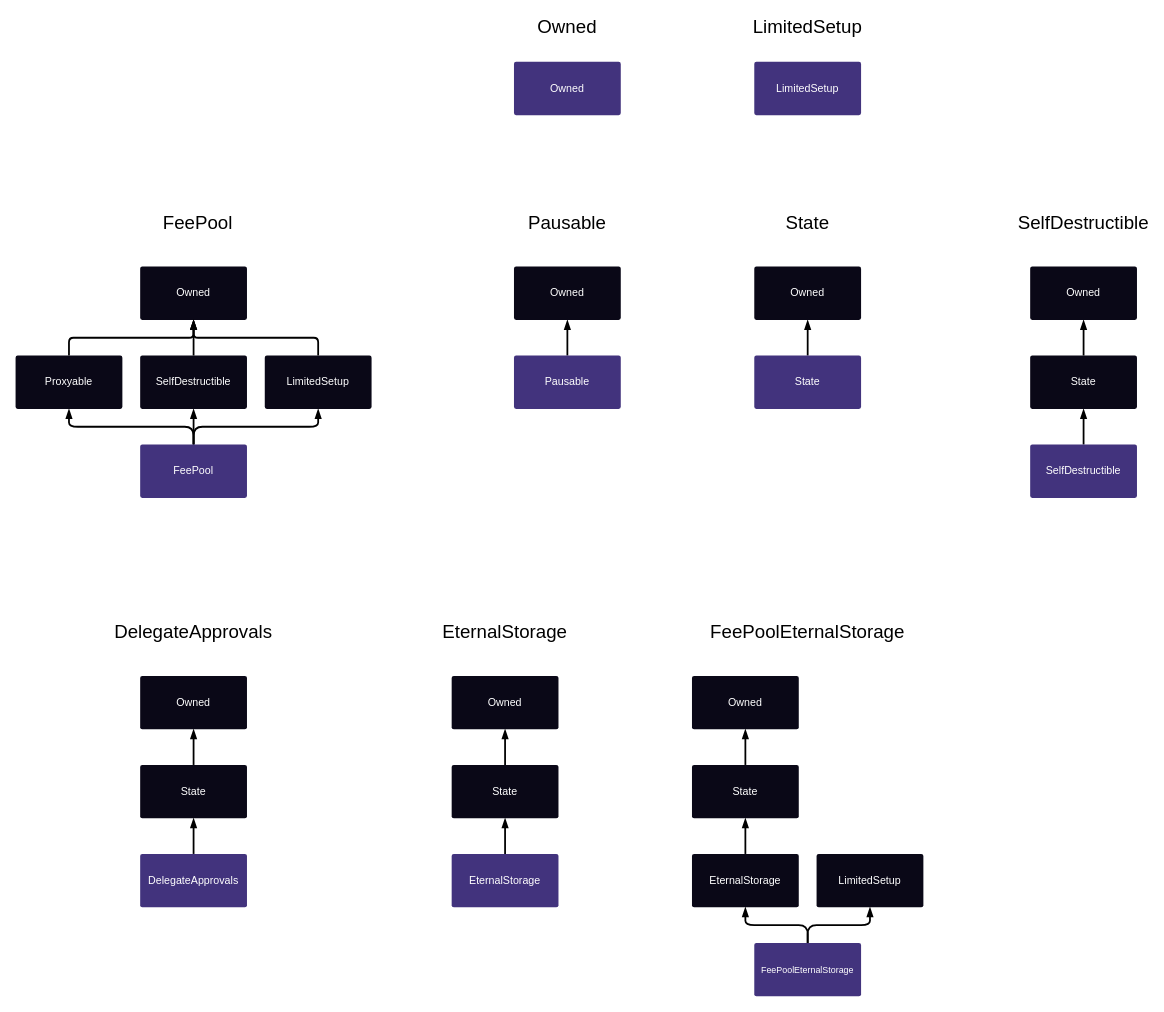
Above: docs/img/graphs/synthetix-docs-graphs.drawio in Synthetixio/synthetix (draw.io), before the change. Source tidied: cells renumbered, new cells numbered last; positions are measured from the earlier drawing's top-left corner, leaving out a move shared by most shapes. Both pictures are drawn from the tidied source at 89%, with x=0, y=0 at pixel (15, 17).
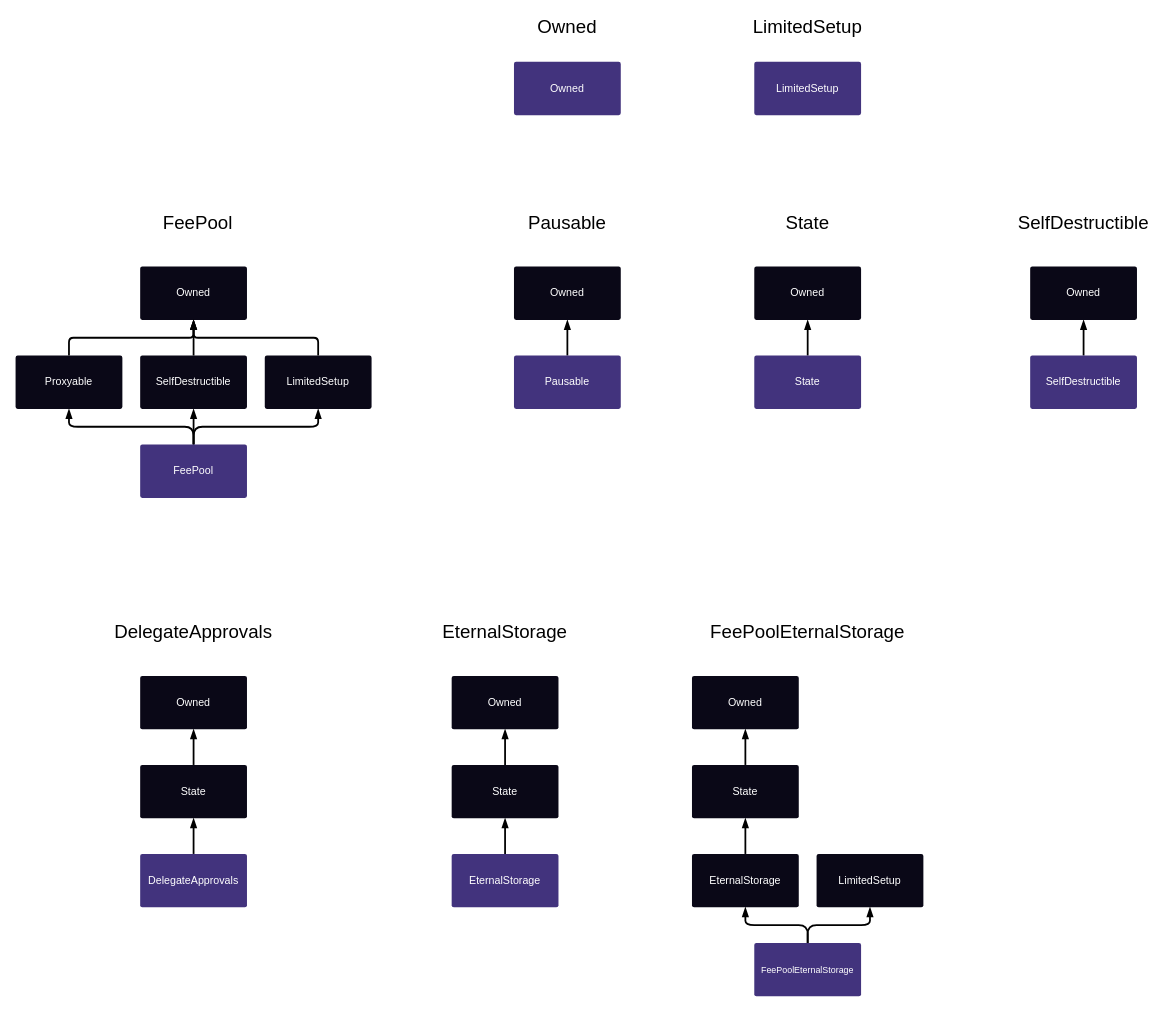
After the change.

Unchanged cells that the change refers to:
```xml
<mxCell id="23" value="&lt;font color=&quot;#FFFFFF&quot;&gt;Owned&lt;/font&gt;" style="rounded=1;whiteSpace=wrap;html=1;fillColor=#0a0817;strokeColor=none;arcSize=4;" parent="1" vertex="1">
  <mxGeometry x="1140" y="280" width="120" height="60" as="geometry" />
</mxCell>
```

The edit, as a diff of the source:
```diff
@@
-    <mxCell id="19" style="edgeStyle=orthogonalEdgeStyle;rounded=1;jettySize=auto;html=1;exitX=0.5;exitY=0;exitDx=0;exitDy=0;entryX=0.5;entryY=1;entryDx=0;entryDy=0;strokeWidth=2;arcSize=10;endArrow=blockThin;endFill=1;" parent="1" edge="1" source="20" target="22">
-      <mxGeometry relative="1" as="geometry" />
-    </mxCell>
+    <mxCell id="54" style="edgeStyle=orthogonalEdgeStyle;rounded=1;jettySize=auto;html=1;exitX=0.5;exitY=0;exitDx=0;exitDy=0;endArrow=blockThin;endFill=1;strokeWidth=2;fontSize=21;" parent="1" edge="1" source="20" target="23">
+      <mxGeometry relative="1" as="geometry" />
+    </mxCell>
     <mxCell id="20" value="&lt;font color=&quot;#FFFFFF&quot;&gt;SelfDestructible&lt;/font&gt;" style="rounded=1;whiteSpace=wrap;html=1;fillColor=#42337D;strokeColor=none;arcSize=4;gradientColor=none;" parent="1" vertex="1">
-      <mxGeometry x="1140" y="480" width="120" height="60" as="geometry" />
+      <mxGeometry x="1140" y="380" width="120" height="60" as="geometry" />
     </mxCell>
-    <mxCell id="21" style="edgeStyle=orthogonalEdgeStyle;rounded=1;jettySize=auto;html=1;exitX=0.5;exitY=0;exitDx=0;exitDy=0;entryX=0.5;entryY=1;entryDx=0;entryDy=0;strokeWidth=2;arcSize=10;endArrow=blockThin;endFill=1;" parent="1" edge="1" source="22" target="23">
-      <mxGeometry relative="1" as="geometry" />
-    </mxCell>
-    <mxCell id="22" value="&lt;font color=&quot;#FFFFFF&quot;&gt;State&lt;/font&gt;" style="rounded=1;whiteSpace=wrap;html=1;fillColor=#0a0817;strokeColor=none;arcSize=4;" parent="1" vertex="1">
-      <mxGeometry x="1140" y="380" width="120" height="60" as="geometry" />
-    </mxCell>
```
